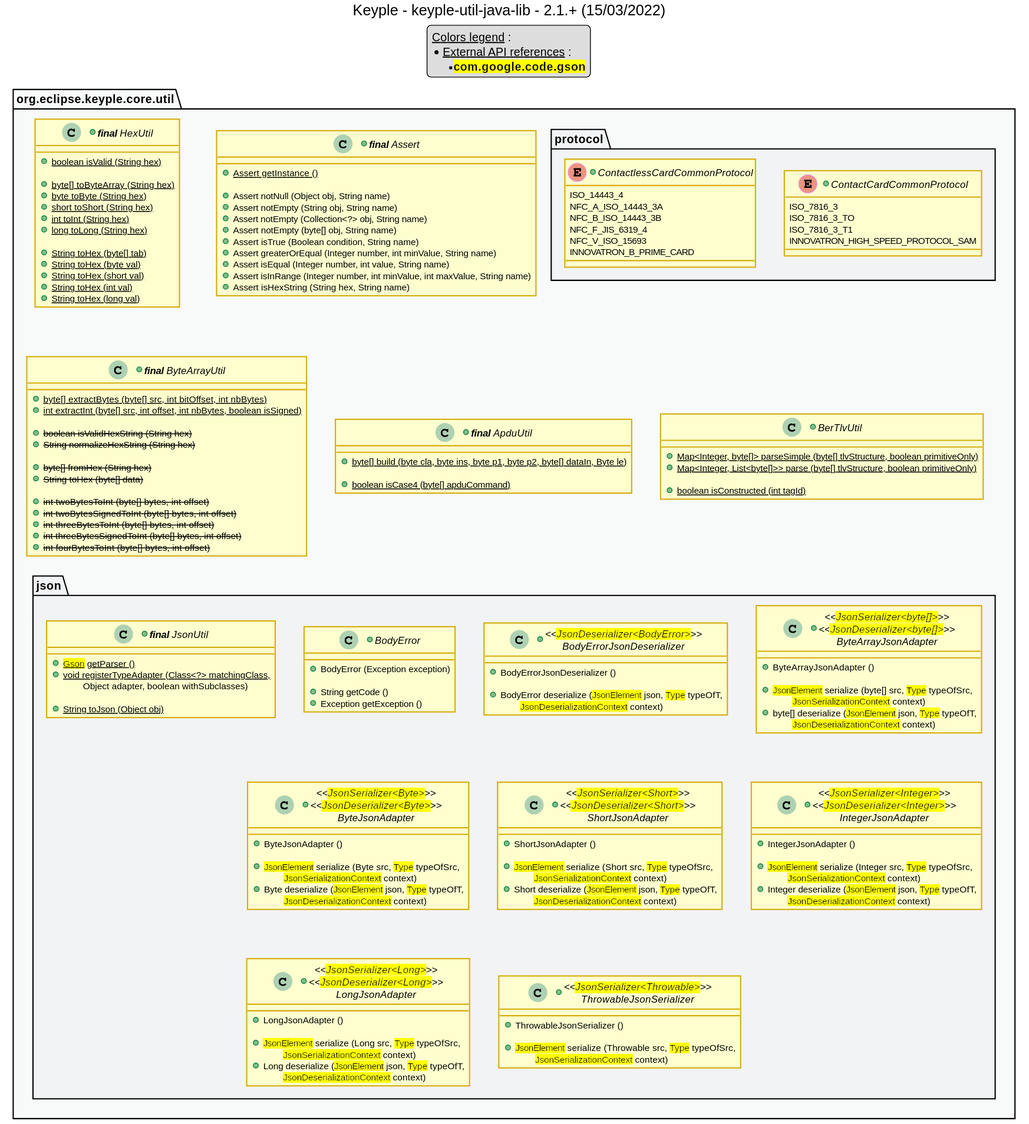
Above: src/main/uml/api_class_diagram.svg in eclipse-keyple/keyple-util-java-lib (PlantUML), before the change.
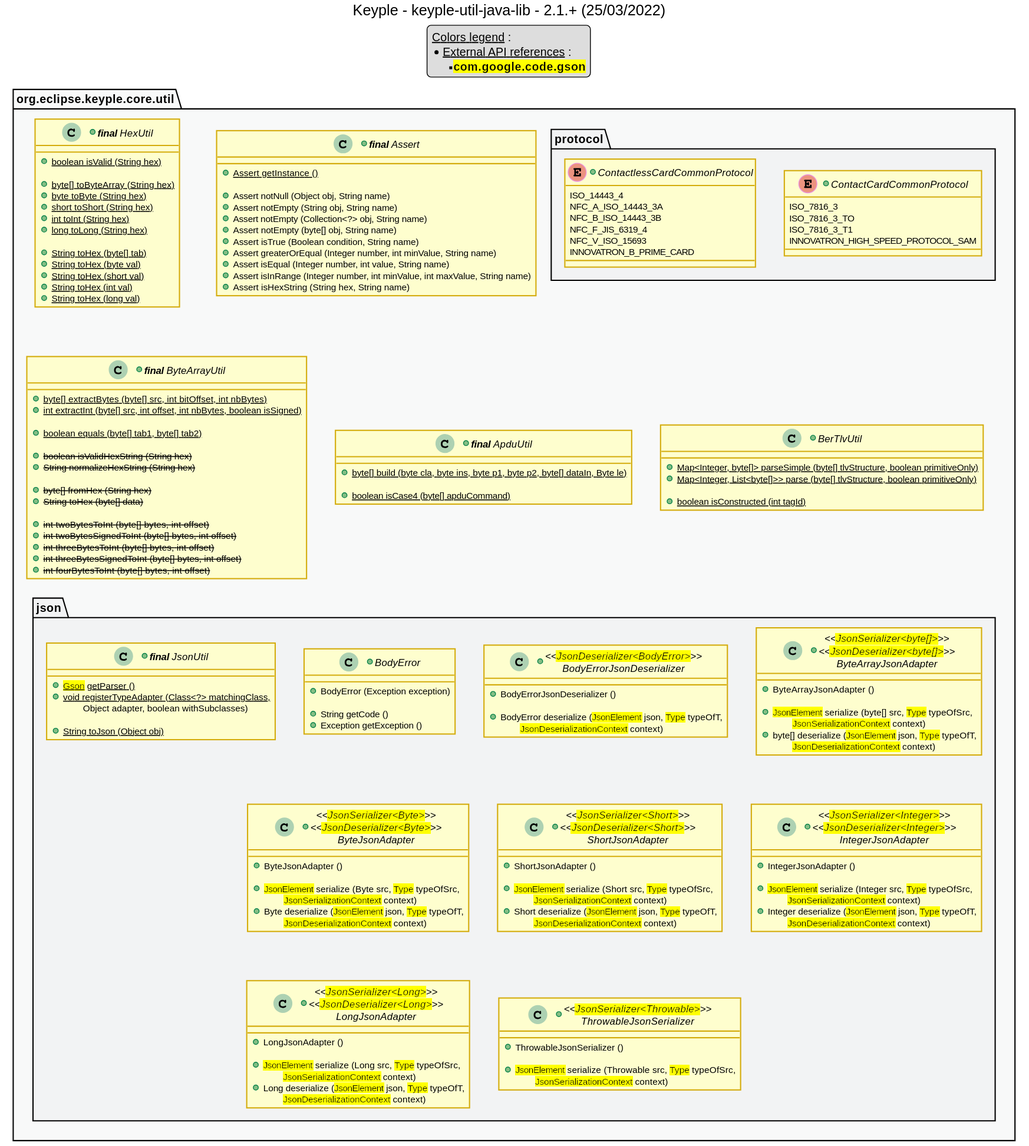
After the commit.

What changed in the source:
```diff
@@ -1,6 +1,6 @@
 @startuml
 title
-    Keyple - keyple-util-java-lib - 2.1.+ (15/03/2022)
+    Keyple - keyple-util-java-lib - 2.1.+ (25/03/2022)
 end title
 
 
@@ -60,6 +60,8 @@
     +class "**final** ByteArrayUtil" as ByteArrayUtil {
         +{static} byte[] extractBytes (byte[] src, int bitOffset, int nbBytes)
         +{static} int extractInt (byte[] src, int offset, int nbBytes, boolean isSigned)
+
+        +{static} boolean equals (byte[] tab1, byte[] tab2)
 
         +<s>boolean isValidHexString (String hex)
         +<s>String normalizeHexString (String hex)
```
